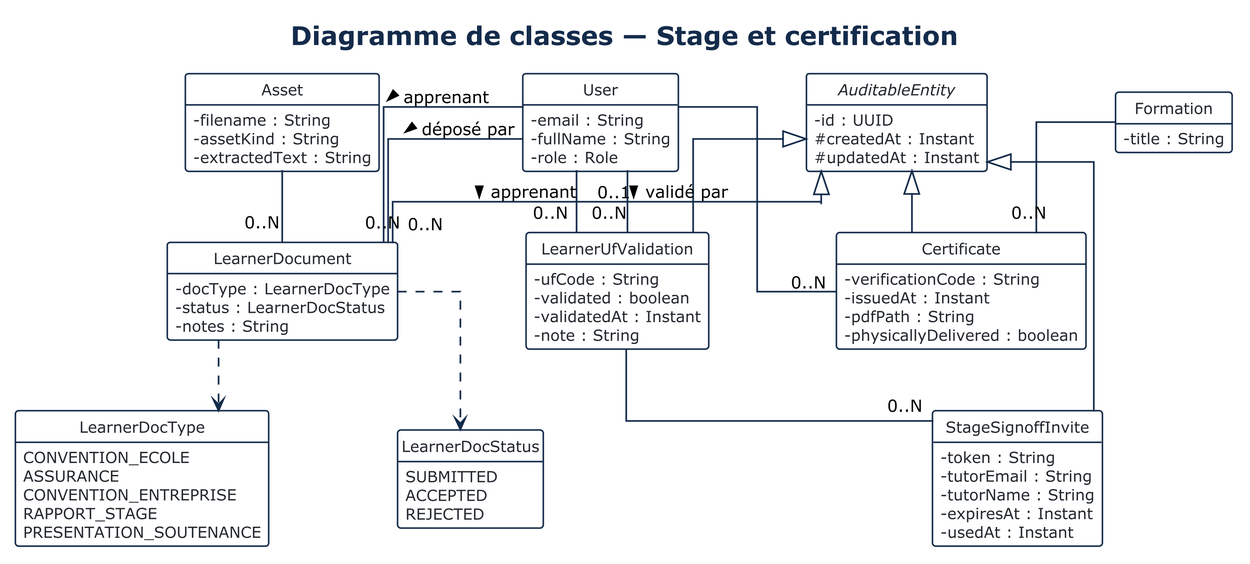
Above: diagrammes/images/diagramme_classes_stage_certification.png in aminecharro01/E-learning (PlantUML), before the change.
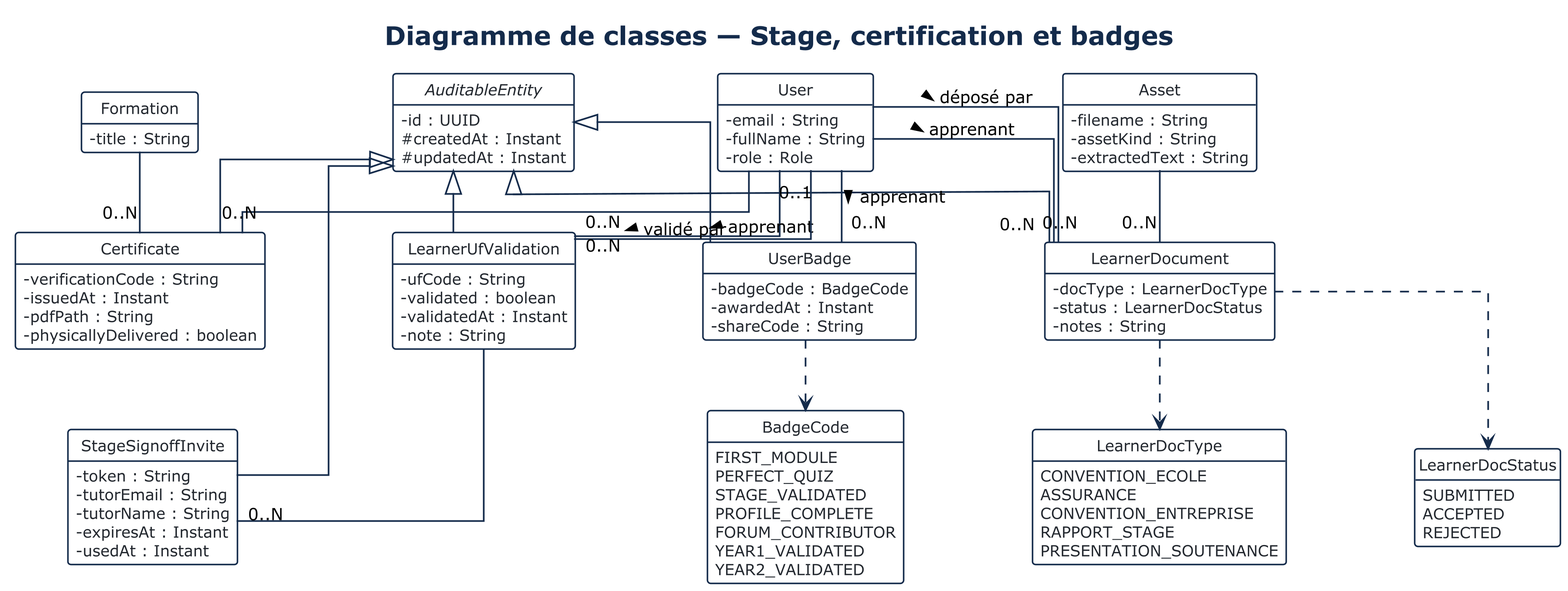
Later version of the same file.

Change to the diagram source:
```diff
@@ -30,7 +30,7 @@
     FontStyle Bold
 }
 
-title Diagramme de classes — Stage et certification
+title Diagramme de classes — Stage, certification et badges
 
 abstract class AuditableEntity {
   - id : UUID
@@ -82,6 +82,22 @@
   - physicallyDelivered : boolean
 }
 
+class UserBadge {
+  - badgeCode : BadgeCode
+  - awardedAt : Instant
+  - shareCode : String
+}
+
+enum BadgeCode {
+  FIRST_MODULE
+  PERFECT_QUIZ
+  STAGE_VALIDATED
+  PROFILE_COMPLETE
+  FORUM_CONTRIBUTOR
+  YEAR1_VALIDATED
+  YEAR2_VALIDATED
+}
+
 enum LearnerDocType {
   CONVENTION_ECOLE
   ASSURANCE
@@ -100,9 +116,11 @@
 AuditableEntity <|-- StageSignoffInvite
 AuditableEntity <|-- LearnerDocument
 AuditableEntity <|-- Certificate
+AuditableEntity <|-- UserBadge
 
 LearnerDocument ..> LearnerDocType
 LearnerDocument ..> LearnerDocStatus
+UserBadge ..> BadgeCode
 
 User -- "0..N" LearnerUfValidation : apprenant >
 User "0..1" -- "0..N" LearnerUfValidation : validé par >
@@ -115,4 +133,6 @@
 User -- "0..N" Certificate
 Formation -- "0..N" Certificate
 
+User -- "0..N" UserBadge : apprenant >
+
 @enduml
```
